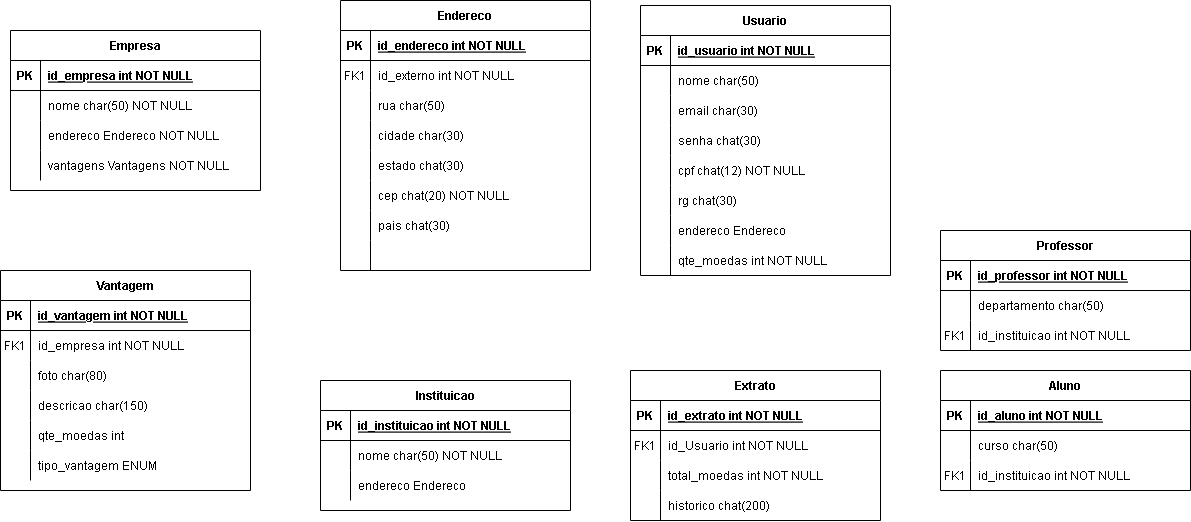
Above: Laboratório 03 - Sistema de Moeda Estudantil/projeto/Modelo_entidade_relacional.png in jullysilva/Lab-Project-Software (draw.io), before the change. Source tidied: cells renumbered, new cells last; positions are measured from the earlier drawing's top-left corner, leaving out a move shared by most shapes.
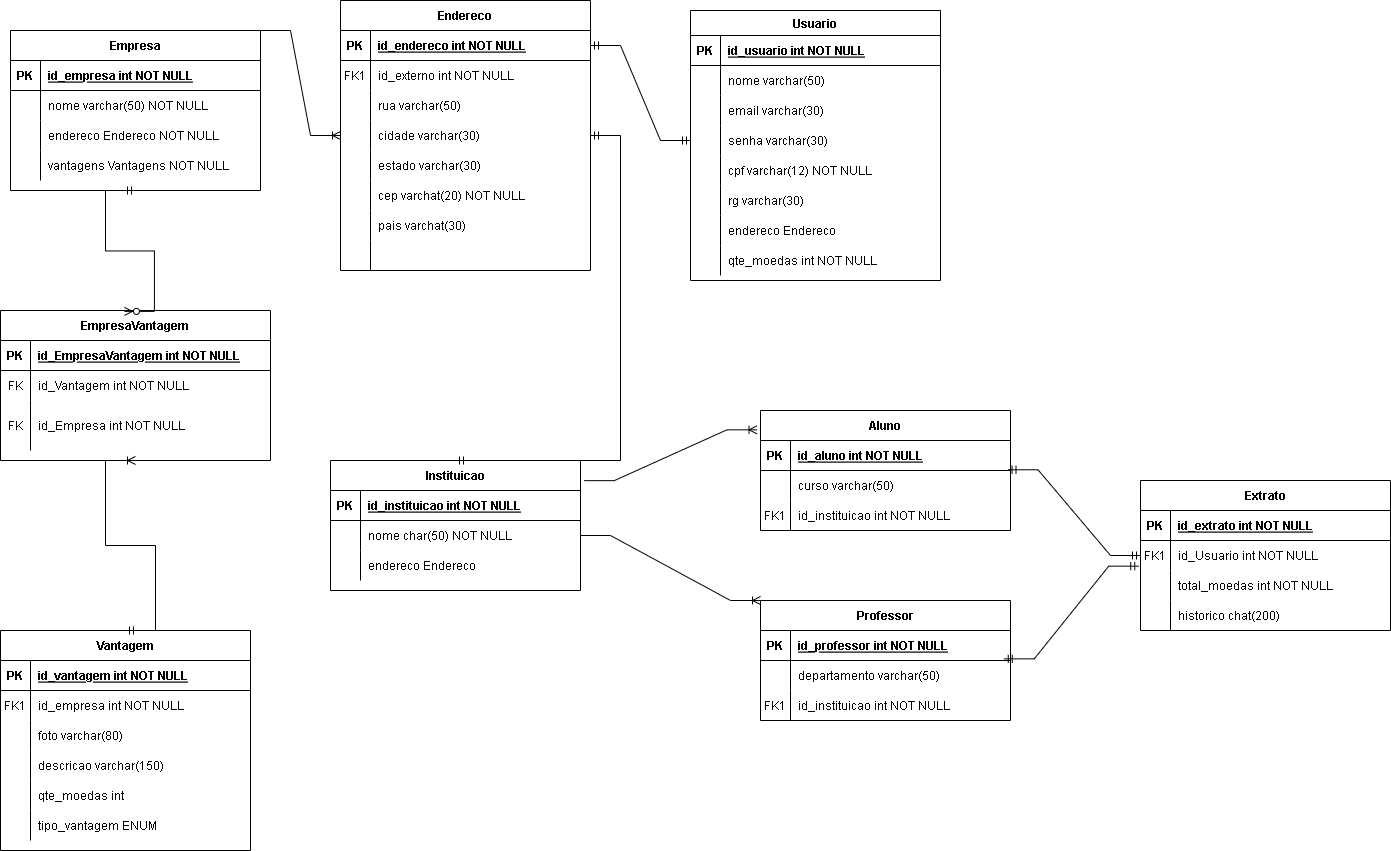
After the change.

Commit message:
atualizando rota

Change to the diagram source:
```diff
@@ -31,3 +31,3 @@
     </mxCell>
-    <mxCell id="11" value="rua char(50)" style="shape=partialRectangle;overflow=hidden;fillColor=none;top=0;left=0;bottom=0;right=0;align=left;spacingLeft=6;" parent="9" vertex="1">
+    <mxCell id="11" value="rua varchar(50)" style="shape=partialRectangle;overflow=hidden;fillColor=none;top=0;left=0;bottom=0;right=0;align=left;spacingLeft=6;" parent="9" vertex="1">
       <mxGeometry x="30" width="220" height="30" as="geometry" />
@@ -40,3 +40,3 @@
     </mxCell>
-    <mxCell id="14" value="cidade char(30)" style="shape=partialRectangle;overflow=hidden;fillColor=none;top=0;left=0;bottom=0;right=0;align=left;spacingLeft=6;" parent="12" vertex="1">
+    <mxCell id="14" value="cidade varchar(30)" style="shape=partialRectangle;overflow=hidden;fillColor=none;top=0;left=0;bottom=0;right=0;align=left;spacingLeft=6;" parent="12" vertex="1">
       <mxGeometry x="30" width="220" height="30" as="geometry" />
@@ -49,3 +49,3 @@
     </mxCell>
-    <mxCell id="17" value="estado chat(30)" style="shape=partialRectangle;overflow=hidden;fillColor=none;top=0;left=0;bottom=0;right=0;align=left;spacingLeft=6;" parent="15" vertex="1">
+    <mxCell id="17" value="estado varchar(30)" style="shape=partialRectangle;overflow=hidden;fillColor=none;top=0;left=0;bottom=0;right=0;align=left;spacingLeft=6;" parent="15" vertex="1">
       <mxGeometry x="30" width="220" height="30" as="geometry" />
@@ -58,3 +58,3 @@
     </mxCell>
-    <mxCell id="20" value="cep chat(20) NOT NULL" style="shape=partialRectangle;overflow=hidden;fillColor=none;top=0;left=0;bottom=0;right=0;align=left;spacingLeft=6;" parent="18" vertex="1">
+    <mxCell id="20" value="cep varchat(20) NOT NULL" style="shape=partialRectangle;overflow=hidden;fillColor=none;top=0;left=0;bottom=0;right=0;align=left;spacingLeft=6;" parent="18" vertex="1">
       <mxGeometry x="30" width="220" height="30" as="geometry" />
@@ -67,3 +67,3 @@
     </mxCell>
-    <mxCell id="23" value="pais chat(30)" style="shape=partialRectangle;overflow=hidden;fillColor=none;top=0;left=0;bottom=0;right=0;align=left;spacingLeft=6;" parent="21" vertex="1">
+    <mxCell id="23" value="pais varchat(30)" style="shape=partialRectangle;overflow=hidden;fillColor=none;top=0;left=0;bottom=0;right=0;align=left;spacingLeft=6;" parent="21" vertex="1">
       <mxGeometry x="30" width="220" height="30" as="geometry" />
@@ -80,3 +80,3 @@
     <mxCell id="27" value="Instituicao" style="shape=table;startSize=30;rowLines=0;fontStyle=1;align=center;" parent="1" vertex="1">
-      <mxGeometry x="320" y="380" width="250" height="130" as="geometry" />
+      <mxGeometry x="330" y="460" width="250" height="130" as="geometry" />
     </mxCell>
@@ -127,3 +127,3 @@
     </mxCell>
-    <mxCell id="43" value="nome char(50) NOT NULL" style="shape=partialRectangle;overflow=hidden;fillColor=none;top=0;left=0;bottom=0;right=0;align=left;spacingLeft=6;" parent="41" vertex="1">
+    <mxCell id="43" value="nome varchar(50) NOT NULL" style="shape=partialRectangle;overflow=hidden;fillColor=none;top=0;left=0;bottom=0;right=0;align=left;spacingLeft=6;" parent="41" vertex="1">
       <mxGeometry x="30" width="220" height="30" as="geometry" />
@@ -149,3 +149,3 @@
     <mxCell id="50" value="Vantagem" style="shape=table;startSize=30;rowLines=0;fontStyle=1;align=center;" parent="1" vertex="1">
-      <mxGeometry y="270" width="250" height="220" as="geometry" />
+      <mxGeometry y="630" width="250" height="220" as="geometry" />
     </mxCell>
@@ -175,3 +175,3 @@
     </mxCell>
-    <mxCell id="59" value="foto char(80) " style="shape=partialRectangle;overflow=hidden;fillColor=none;top=0;left=0;bottom=0;right=0;align=left;spacingLeft=6;" parent="57" vertex="1">
+    <mxCell id="59" value="foto varchar(80) " style="shape=partialRectangle;overflow=hidden;fillColor=none;top=0;left=0;bottom=0;right=0;align=left;spacingLeft=6;" parent="57" vertex="1">
       <mxGeometry x="30" width="220" height="30" as="geometry" />
@@ -184,3 +184,3 @@
     </mxCell>
-    <mxCell id="62" value="descricao char(150)" style="shape=partialRectangle;overflow=hidden;fillColor=none;top=0;left=0;bottom=0;right=0;align=left;spacingLeft=6;" parent="60" vertex="1">
+    <mxCell id="62" value="descricao varchar(150)" style="shape=partialRectangle;overflow=hidden;fillColor=none;top=0;left=0;bottom=0;right=0;align=left;spacingLeft=6;" parent="60" vertex="1">
       <mxGeometry x="30" width="220" height="30" as="geometry" />
@@ -205,7 +205,7 @@
     </mxCell>
-    <mxCell id="69" value="Usuario" style="shape=table;startSize=30;rowLines=0;fontStyle=1;align=center;" parent="1" vertex="1">
-      <mxGeometry x="640" y="5" width="250" height="270" as="geometry" />
+    <mxCell id="69" value="Usuario" style="shape=table;startSize=25;rowLines=0;fontStyle=1;align=center;" parent="1" vertex="1">
+      <mxGeometry x="690" y="10" width="250" height="270" as="geometry" />
     </mxCell>
     <mxCell id="70" style="shape=partialRectangle;fillColor=none;top=0;left=0;right=0;bottom=1;" parent="69" vertex="1">
-      <mxGeometry y="30" width="250" height="30" as="geometry" />
+      <mxGeometry y="25" width="250" height="30" as="geometry" />
     </mxCell>
@@ -218,3 +218,3 @@
     <mxCell id="73" style="shape=partialRectangle;fillColor=none;top=0;left=0;right=0;bottom=0;" parent="69" vertex="1">
-      <mxGeometry y="60" width="250" height="30" as="geometry" />
+      <mxGeometry y="55" width="250" height="30" as="geometry" />
     </mxCell>
@@ -223,3 +223,3 @@
     </mxCell>
-    <mxCell id="75" value="nome char(50)" style="shape=partialRectangle;overflow=hidden;fillColor=none;top=0;left=0;bottom=0;right=0;align=left;spacingLeft=6;" parent="73" vertex="1">
+    <mxCell id="75" value="nome varchar(50)" style="shape=partialRectangle;overflow=hidden;fillColor=none;top=0;left=0;bottom=0;right=0;align=left;spacingLeft=6;" parent="73" vertex="1">
       <mxGeometry x="30" width="220" height="30" as="geometry" />
@@ -227,3 +227,3 @@
     <mxCell id="76" style="shape=partialRectangle;fillColor=none;top=0;left=0;right=0;bottom=0;" parent="69" vertex="1">
-      <mxGeometry y="90" width="250" height="30" as="geometry" />
+      <mxGeometry y="85" width="250" height="30" as="geometry" />
     </mxCell>
@@ -232,3 +232,3 @@
     </mxCell>
-    <mxCell id="78" value="email char(30)" style="shape=partialRectangle;overflow=hidden;fillColor=none;top=0;left=0;bottom=0;right=0;align=left;spacingLeft=6;" parent="76" vertex="1">
+    <mxCell id="78" value="email varchar(30)" style="shape=partialRectangle;overflow=hidden;fillColor=none;top=0;left=0;bottom=0;right=0;align=left;spacingLeft=6;" parent="76" vertex="1">
       <mxGeometry x="30" width="220" height="30" as="geometry" />
@@ -236,3 +236,3 @@
     <mxCell id="79" style="shape=partialRectangle;fillColor=none;points=[[0,0.5],[1,0.5]];portConstraint=eastwest;top=0;left=0;right=0;bottom=0;" parent="69" vertex="1">
-      <mxGeometry y="120" width="250" height="30" as="geometry" />
+      <mxGeometry y="115" width="250" height="30" as="geometry" />
     </mxCell>
@@ -241,3 +241,3 @@
     </mxCell>
-    <mxCell id="81" value="senha chat(30)" style="shape=partialRectangle;overflow=hidden;fillColor=none;top=0;left=0;bottom=0;right=0;align=left;spacingLeft=6;" parent="79" vertex="1">
+    <mxCell id="81" value="senha varchar(30)" style="shape=partialRectangle;overflow=hidden;fillColor=none;top=0;left=0;bottom=0;right=0;align=left;spacingLeft=6;" parent="79" vertex="1">
       <mxGeometry x="30" width="220" height="30" as="geometry" />
@@ -245,3 +245,3 @@
     <mxCell id="82" style="shape=partialRectangle;fillColor=none;top=0;left=0;right=0;bottom=0;" parent="69" vertex="1">
-      <mxGeometry y="150" width="250" height="30" as="geometry" />
+      <mxGeometry y="145" width="250" height="30" as="geometry" />
     </mxCell>
@@ -250,3 +250,3 @@
     </mxCell>
-    <mxCell id="84" value="cpf chat(12) NOT NULL" style="shape=partialRectangle;overflow=hidden;fillColor=none;top=0;left=0;bottom=0;right=0;align=left;spacingLeft=6;" parent="82" vertex="1">
+    <mxCell id="84" value="cpf varchar(12) NOT NULL" style="shape=partialRectangle;overflow=hidden;fillColor=none;top=0;left=0;bottom=0;right=0;align=left;spacingLeft=6;" parent="82" vertex="1">
       <mxGeometry x="30" width="220" height="30" as="geometry" />
@@ -254,3 +254,3 @@
     <mxCell id="85" style="shape=partialRectangle;fillColor=none;top=0;left=0;right=0;bottom=0;" parent="69" vertex="1">
-      <mxGeometry y="180" width="250" height="30" as="geometry" />
+      <mxGeometry y="175" width="250" height="30" as="geometry" />
     </mxCell>
@@ -259,3 +259,3 @@
     </mxCell>
-    <mxCell id="87" value="rg chat(30)" style="shape=partialRectangle;overflow=hidden;fillColor=none;top=0;left=0;bottom=0;right=0;align=left;spacingLeft=6;" parent="85" vertex="1">
+    <mxCell id="87" value="rg varchar(30)" style="shape=partialRectangle;overflow=hidden;fillColor=none;top=0;left=0;bottom=0;right=0;align=left;spacingLeft=6;" parent="85" vertex="1">
       <mxGeometry x="30" width="220" height="30" as="geometry" />
@@ -263,3 +263,3 @@
     <mxCell id="88" style="shape=partialRectangle;fillColor=none;top=0;left=0;right=0;bottom=0;" parent="69" vertex="1">
-      <mxGeometry y="210" width="250" height="30" as="geometry" />
+      <mxGeometry y="205" width="250" height="30" as="geometry" />
     </mxCell>
@@ -272,3 +272,3 @@
     <mxCell id="91" style="shape=partialRectangle;fillColor=none;top=0;left=0;right=0;bottom=0;" parent="69" vertex="1">
-      <mxGeometry y="240" width="250" height="30" as="geometry" />
+      <mxGeometry y="235" width="250" height="30" as="geometry" />
     </mxCell>
@@ -281,3 +281,3 @@
     <mxCell id="94" value="Extrato" style="shape=table;startSize=30;rowLines=0;fontStyle=1;align=center;" parent="1" vertex="1">
-      <mxGeometry x="630" y="370" width="250" height="150" as="geometry" />
+      <mxGeometry x="1140" y="480" width="250" height="150" as="geometry" />
     </mxCell>
@@ -320,3 +320,3 @@
     <mxCell id="107" value="Professor" style="shape=table;startSize=30;rowLines=0;fontStyle=1;align=center;" parent="1" vertex="1">
-      <mxGeometry x="940" y="230" width="250" height="120" as="geometry" />
+      <mxGeometry x="760" y="600" width="250" height="120" as="geometry" />
     </mxCell>
@@ -337,3 +337,3 @@
     </mxCell>
-    <mxCell id="113" value="departamento char(50) " style="shape=partialRectangle;overflow=hidden;fillColor=none;top=0;left=0;bottom=0;right=0;align=left;spacingLeft=6;" parent="111" vertex="1">
+    <mxCell id="113" value="departamento varchar(50) " style="shape=partialRectangle;overflow=hidden;fillColor=none;top=0;left=0;bottom=0;right=0;align=left;spacingLeft=6;" parent="111" vertex="1">
       <mxGeometry x="30" width="220" height="30" as="geometry" />
@@ -350,3 +350,3 @@
     <mxCell id="117" value="Aluno" style="shape=table;startSize=30;rowLines=0;fontStyle=1;align=center;" parent="1" vertex="1">
-      <mxGeometry x="940" y="370" width="250" height="120" as="geometry" />
+      <mxGeometry x="760" y="410" width="250" height="120" as="geometry" />
     </mxCell>
@@ -367,3 +367,3 @@
     </mxCell>
-    <mxCell id="123" value="curso char(50) " style="shape=partialRectangle;overflow=hidden;fillColor=none;top=0;left=0;bottom=0;right=0;align=left;spacingLeft=6;" parent="121" vertex="1">
+    <mxCell id="123" value="curso varchar(50) " style="shape=partialRectangle;overflow=hidden;fillColor=none;top=0;left=0;bottom=0;right=0;align=left;spacingLeft=6;" parent="121" vertex="1">
       <mxGeometry x="30" width="220" height="30" as="geometry" />
@@ -379,2 +379,59 @@
     </mxCell>
+    <mxCell id="127" style="edgeStyle=entityRelationEdgeStyle;fontSize=12;html=1;endArrow=ERoneToMany;rounded=0;exitX=1;exitY=0;exitDx=0;exitDy=0;" parent="1" edge="1" source="37" target="2">
+      <mxGeometry relative="1" as="geometry" />
+    </mxCell>
+    <mxCell id="128" value="EmpresaVantagem" style="shape=table;startSize=30;rowLines=0;fontStyle=1;align=center;" parent="1" vertex="1">
+      <mxGeometry y="310" width="270" height="150" as="geometry" />
+    </mxCell>
+    <mxCell id="129" style="shape=partialRectangle;fillColor=none;top=0;left=0;right=0;bottom=1;" parent="128" vertex="1">
+      <mxGeometry y="30" width="270" height="30" as="geometry" />
+    </mxCell>
+    <mxCell id="130" value="PK" style="shape=partialRectangle;overflow=hidden;fillColor=none;top=0;left=0;bottom=0;right=0;fontStyle=1;" parent="129" vertex="1">
+      <mxGeometry width="30" height="30" as="geometry" />
+    </mxCell>
+    <mxCell id="131" value="id_EmpresaVantagem int NOT NULL " style="shape=partialRectangle;overflow=hidden;fillColor=none;top=0;left=0;bottom=0;right=0;align=left;spacingLeft=6;fontStyle=5;" parent="129" vertex="1">
+      <mxGeometry x="30" width="240" height="30" as="geometry" />
+    </mxCell>
+    <mxCell id="132" style="shape=partialRectangle;fillColor=none;top=0;left=0;right=0;bottom=0;" parent="128" vertex="1">
+      <mxGeometry y="60" width="270" height="30" as="geometry" />
+    </mxCell>
+    <mxCell id="133" value="FK" style="shape=partialRectangle;overflow=hidden;fillColor=none;top=0;left=0;bottom=0;right=0;" parent="132" vertex="1">
+      <mxGeometry width="30" height="30" as="geometry" />
+    </mxCell>
+    <mxCell id="134" value="id_Vantagem int NOT NULL" style="shape=partialRectangle;overflow=hidden;fillColor=none;top=0;left=0;bottom=0;right=0;align=left;spacingLeft=6;" parent="132" vertex="1">
+      <mxGeometry x="30" width="240" height="30" as="geometry" />
+    </mxCell>
+    <mxCell id="135" style="shape=partialRectangle;fillColor=none;top=0;left=0;right=0;bottom=0;" parent="128" vertex="1">
+      <mxGeometry y="90" width="270" height="50" as="geometry" />
+    </mxCell>
+    <mxCell id="136" value="FK" style="shape=partialRectangle;overflow=hidden;fillColor=none;top=0;left=0;bottom=0;right=0;" parent="135" vertex="1">
+      <mxGeometry width="30" height="50" as="geometry" />
+    </mxCell>
+    <mxCell id="137" value="id_Empresa int NOT NULL" style="shape=partialRectangle;overflow=hidden;fillColor=none;top=0;left=0;bottom=0;right=0;align=left;spacingLeft=6;" parent="135" vertex="1">
+      <mxGeometry x="30" width="240" height="50" as="geometry" />
+    </mxCell>
+    <mxCell id="138" style="edgeStyle=entityRelationEdgeStyle;fontSize=12;html=1;endArrow=ERzeroToMany;startArrow=ERmandOne;rounded=0;exitX=0.5;exitY=1;exitDx=0;exitDy=0;entryX=0.459;entryY=0.006;entryDx=0;entryDy=0;entryPerimeter=0;" parent="1" edge="1" source="37" target="128">
+      <mxGeometry relative="1" as="geometry" />
+    </mxCell>
+    <mxCell id="139" style="edgeStyle=entityRelationEdgeStyle;fontSize=12;html=1;endArrow=ERoneToMany;startArrow=ERmandOne;rounded=0;exitX=0.5;exitY=0;exitDx=0;exitDy=0;entryX=0.5;entryY=1;entryDx=0;entryDy=0;" parent="1" edge="1" source="50" target="128">
+      <mxGeometry relative="1" as="geometry" />
+    </mxCell>
+    <mxCell id="140" style="edgeStyle=entityRelationEdgeStyle;fontSize=12;html=1;endArrow=ERmandOne;startArrow=ERmandOne;rounded=0;exitX=0.5;exitY=0;exitDx=0;exitDy=0;" parent="1" edge="1" source="27" target="2">
+      <mxGeometry relative="1" as="geometry" />
+    </mxCell>
+    <mxCell id="141" style="edgeStyle=entityRelationEdgeStyle;fontSize=12;html=1;endArrow=ERmandOne;startArrow=ERmandOne;rounded=0;exitX=0;exitY=0.5;exitDx=0;exitDy=0;entryX=1;entryY=0.5;entryDx=0;entryDy=0;" parent="1" edge="1" source="79" target="3">
+      <mxGeometry relative="1" as="geometry" />
+    </mxCell>
+    <mxCell id="142" style="edgeStyle=entityRelationEdgeStyle;fontSize=12;html=1;endArrow=ERmandOne;startArrow=ERmandOne;rounded=0;exitX=0.99;exitY=-0.024;exitDx=0;exitDy=0;exitPerimeter=0;entryX=0;entryY=0.5;entryDx=0;entryDy=0;" parent="1" edge="1" source="121" target="98">
+      <mxGeometry relative="1" as="geometry" />
+    </mxCell>
+    <mxCell id="143" style="edgeStyle=entityRelationEdgeStyle;fontSize=12;html=1;endArrow=ERmandOne;startArrow=ERmandOne;rounded=0;exitX=0.975;exitY=-0.055;exitDx=0;exitDy=0;exitPerimeter=0;entryX=-0.007;entryY=-0.145;entryDx=0;entryDy=0;entryPerimeter=0;" parent="1" edge="1" source="111" target="101">
+      <mxGeometry relative="1" as="geometry" />
+    </mxCell>
+    <mxCell id="144" style="edgeStyle=entityRelationEdgeStyle;fontSize=12;html=1;endArrow=ERoneToMany;rounded=0;exitX=1.015;exitY=0.155;exitDx=0;exitDy=0;exitPerimeter=0;entryX=-0.014;entryY=0.161;entryDx=0;entryDy=0;entryPerimeter=0;" parent="1" edge="1" source="27" target="117">
+      <mxGeometry relative="1" as="geometry" />
+    </mxCell>
+    <mxCell id="145" style="edgeStyle=entityRelationEdgeStyle;fontSize=12;html=1;endArrow=ERoneToMany;rounded=0;exitX=1;exitY=0.5;exitDx=0;exitDy=0;entryX=0;entryY=0;entryDx=0;entryDy=0;" parent="1" edge="1" source="31" target="107">
+      <mxGeometry relative="1" as="geometry" />
+    </mxCell>
   </root>
```
